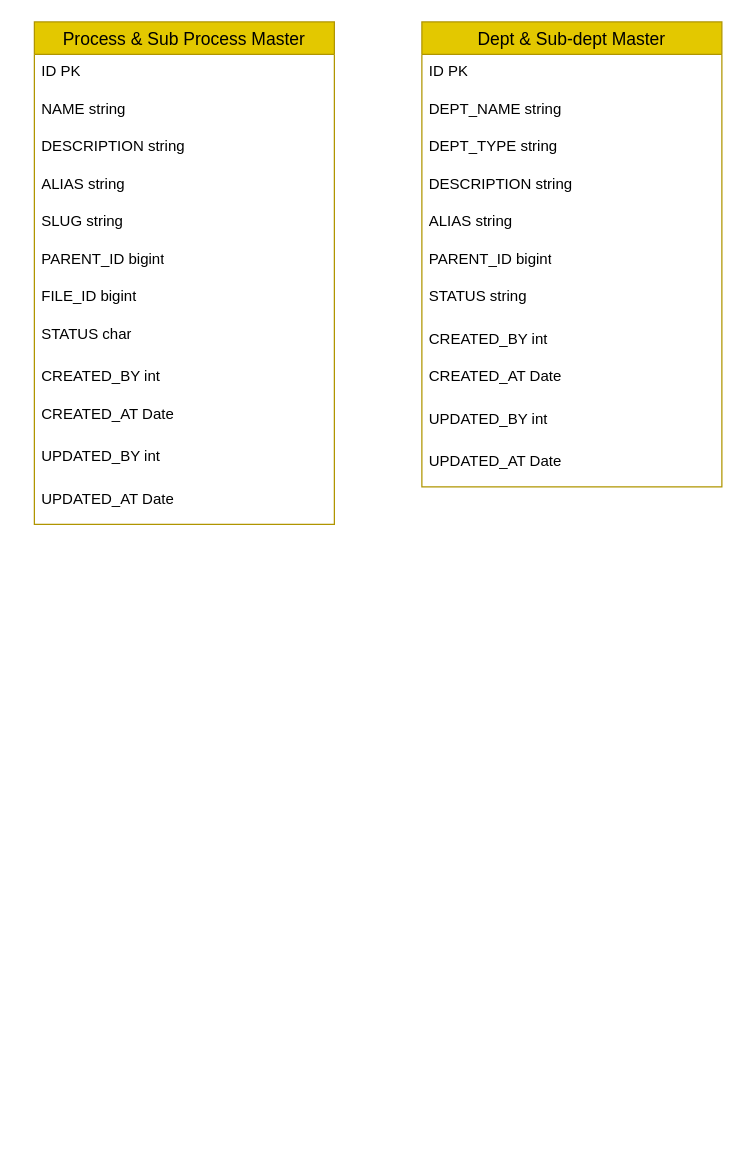
Above: ER Diagram.drawio in AvikM1996/draw.io (draw.io), before the change. Source tidied: cells renumbered, new cells numbered last; positions are measured from the earlier drawing's top-left corner, leaving out a move shared by most shapes. Both pictures are drawn from the tidied source at 125%, with x=0, y=0 at pixel (34, 21).
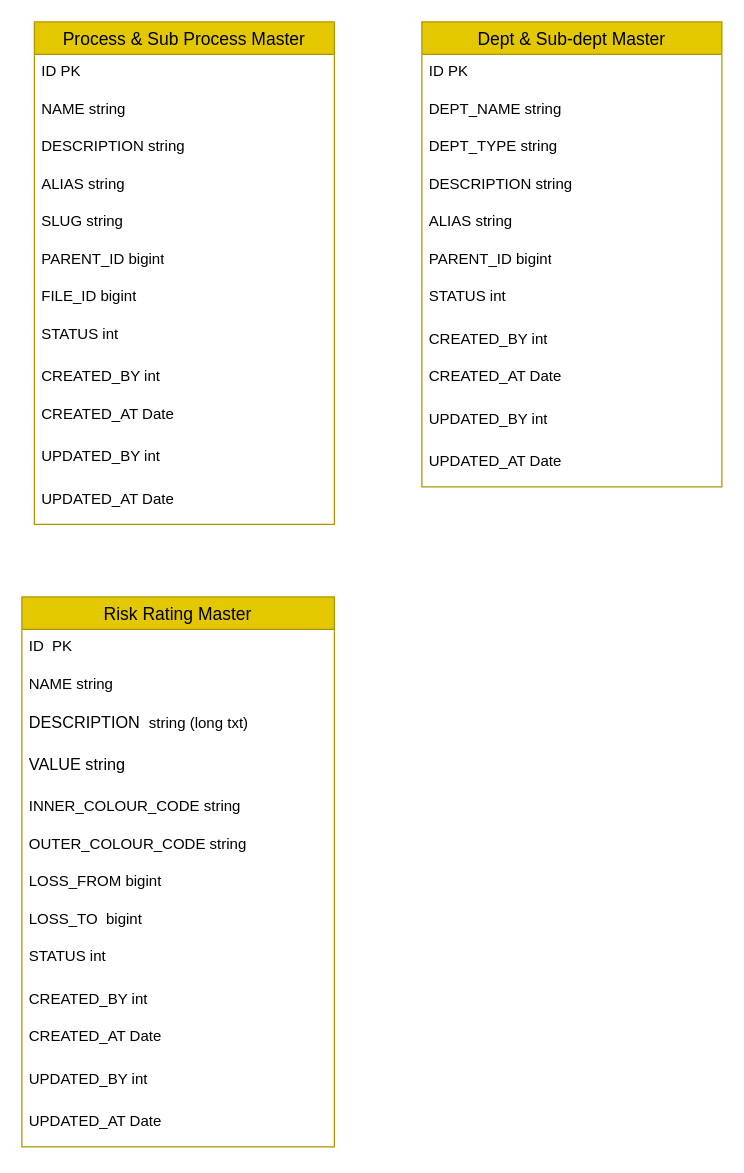
The same page after the edit.

The change refers to these unchanged cells:
```xml
<mxCell id="2" value="Process &amp; Sub Process Master" style="swimlane;fontStyle=0;horizontal=1;startSize=26;align=center;fontSize=14;fillColor=#e3c800;strokeColor=#B09500;fontColor=#000000;" parent="1" vertex="1">
  <mxGeometry width="240" height="402" as="geometry" />
</mxCell>
<mxCell id="15" value="Dept &amp; Sub-dept Master" style="swimlane;fontStyle=0;horizontal=1;startSize=26;align=center;fontSize=14;fillColor=#e3c800;strokeColor=#B09500;fontColor=#000000;" parent="1" vertex="1">
  <mxGeometry x="310" width="240" height="372" as="geometry" />
</mxCell>
```

The edit, as a diff of the source:
```diff
@@
-    <mxCell id="10" value="STATUS char" style="text;strokeColor=none;fillColor=none;spacingLeft=4;spacingRight=4;overflow=hidden;fontSize=12;whiteSpace=wrap;html=1;" parent="2" vertex="1">
+    <mxCell id="10" value="STATUS int" style="text;strokeColor=none;fillColor=none;spacingLeft=4;spacingRight=4;overflow=hidden;fontSize=12;whiteSpace=wrap;html=1;" parent="2" vertex="1">
       <mxGeometry y="236" width="240" height="34" as="geometry" />
     </mxCell>
@@
-    <mxCell id="22" value="STATUS string" style="text;strokeColor=none;fillColor=none;spacingLeft=4;spacingRight=4;overflow=hidden;fontSize=12;whiteSpace=wrap;html=1;" parent="15" vertex="1">
+    <mxCell id="22" value="STATUS int" style="text;strokeColor=none;fillColor=none;spacingLeft=4;spacingRight=4;overflow=hidden;fontSize=12;whiteSpace=wrap;html=1;" parent="15" vertex="1">
       <mxGeometry y="206" width="240" height="34" as="geometry" />
     </mxCell>
@@
+    <mxCell id="27" value="Risk Rating Master" style="swimlane;fontStyle=0;horizontal=1;startSize=26;align=center;fontSize=14;fillColor=#e3c800;strokeColor=#B09500;fontColor=#000000;" parent="1" vertex="1">
+      <mxGeometry x="-10" y="460" width="250" height="440" as="geometry" />
+    </mxCell>
+    <mxCell id="28" value="ID&amp;nbsp; PK" style="text;strokeColor=none;fillColor=none;spacingLeft=4;spacingRight=4;overflow=hidden;fontSize=12;whiteSpace=wrap;html=1;" parent="27" vertex="1">
+      <mxGeometry y="26" width="250" height="30" as="geometry" />
+    </mxCell>
+    <mxCell id="29" value="NAME string" style="text;strokeColor=none;fillColor=none;spacingLeft=4;spacingRight=4;overflow=hidden;fontSize=12;whiteSpace=wrap;html=1;" parent="27" vertex="1">
+      <mxGeometry y="56" width="250" height="30" as="geometry" />
+    </mxCell>
+    <mxCell id="30" value="&lt;font style=&quot;&quot; size=&quot;2&quot; face=&quot;Nunito Sans, sans-serif&quot;&gt;DESCRIPTION&amp;nbsp;&amp;nbsp;&lt;/font&gt;string (long txt)" style="text;strokeColor=none;fillColor=none;spacingLeft=4;spacingRight=4;overflow=hidden;fontSize=12;whiteSpace=wrap;html=1;" parent="27" vertex="1">
+      <mxGeometry y="86" width="250" height="34" as="geometry" />
+    </mxCell>
+    <mxCell id="31" value="&lt;font style=&quot;&quot; size=&quot;2&quot; face=&quot;Nunito Sans, sans-serif&quot;&gt;VALUE string&lt;/font&gt;" style="text;strokeColor=none;fillColor=none;spacingLeft=4;spacingRight=4;overflow=hidden;fontSize=12;whiteSpace=wrap;html=1;" parent="27" vertex="1">
+      <mxGeometry y="120" width="250" height="34" as="geometry" />
+    </mxCell>
+    <mxCell id="32" value="INNER_COLOUR_CODE string" style="text;strokeColor=none;fillColor=none;spacingLeft=4;spacingRight=4;overflow=hidden;fontSize=12;whiteSpace=wrap;html=1;" parent="27" vertex="1">
+      <mxGeometry y="154" width="250" height="30" as="geometry" />
+    </mxCell>
+    <mxCell id="33" value="OUTER_COLOUR_CODE string" style="text;strokeColor=none;fillColor=none;spacingLeft=4;spacingRight=4;overflow=hidden;fontSize=12;whiteSpace=wrap;html=1;" parent="27" vertex="1">
+      <mxGeometry y="184" width="250" height="30" as="geometry" />
+    </mxCell>
+    <mxCell id="34" value="LOSS_FROM bigint" style="text;strokeColor=none;fillColor=none;spacingLeft=4;spacingRight=4;overflow=hidden;fontSize=12;whiteSpace=wrap;html=1;" parent="27" vertex="1">
+      <mxGeometry y="214" width="250" height="30" as="geometry" />
+    </mxCell>
+    <mxCell id="35" value="&lt;font face=&quot;monospace&quot; color=&quot;rgba(0, 0, 0, 0)&quot;&gt;&lt;span style=&quot;font-size: 0px; text-wrap: nowrap;&quot;&gt;LOSS_TO&lt;/span&gt;&lt;/font&gt;LOSS_TO&amp;nbsp; bigint" style="text;strokeColor=none;fillColor=none;spacingLeft=4;spacingRight=4;overflow=hidden;fontSize=12;whiteSpace=wrap;html=1;" parent="27" vertex="1">
+      <mxGeometry y="244" width="250" height="30" as="geometry" />
+    </mxCell>
+    <mxCell id="36" value="STATUS int" style="text;strokeColor=none;fillColor=none;spacingLeft=4;spacingRight=4;overflow=hidden;fontSize=12;whiteSpace=wrap;html=1;" parent="27" vertex="1">
+      <mxGeometry y="274" width="250" height="34" as="geometry" />
+    </mxCell>
+    <mxCell id="37" value="CREATED_BY int" style="text;strokeColor=none;fillColor=none;spacingLeft=4;spacingRight=4;overflow=hidden;fontSize=12;whiteSpace=wrap;html=1;" parent="27" vertex="1">
+      <mxGeometry y="308" width="250" height="30" as="geometry" />
+    </mxCell>
+    <mxCell id="38" value="CREATED_AT Date" style="text;strokeColor=none;fillColor=none;spacingLeft=4;spacingRight=4;overflow=hidden;fontSize=12;whiteSpace=wrap;html=1;" parent="27" vertex="1">
+      <mxGeometry y="338" width="250" height="34" as="geometry" />
+    </mxCell>
+    <mxCell id="39" value="UPDATED_BY int" style="text;strokeColor=none;fillColor=none;spacingLeft=4;spacingRight=4;overflow=hidden;fontSize=12;whiteSpace=wrap;html=1;" parent="27" vertex="1">
+      <mxGeometry y="372" width="250" height="34" as="geometry" />
+    </mxCell>
+    <mxCell id="40" value="UPDATED_AT Date" style="text;strokeColor=none;fillColor=none;spacingLeft=4;spacingRight=4;overflow=hidden;fontSize=12;whiteSpace=wrap;html=1;" parent="27" vertex="1">
+      <mxGeometry y="406" width="250" height="34" as="geometry" />
+    </mxCell>
```
